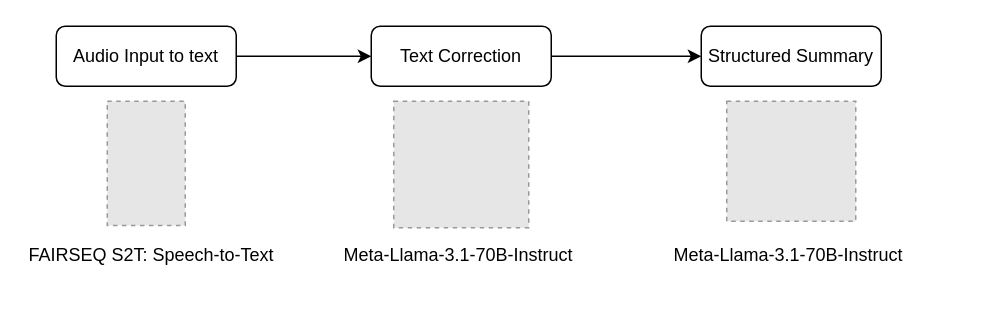
Before: 6_appendix/misc/Meeting Summarization.drawio in FennStatistics/introductory-workshop-in-LLMs, a draw.io diagram. Source tidied: cells renumbered, new cells numbered last; positions are measured from the earlier drawing's top-left corner, leaving out a move shared by most shapes. Both pictures are drawn from the tidied source at 150%, with x=0, y=0 at pixel (26, 26). Pictures stored in the file or linked from it are replaced by grey dashed boxes.
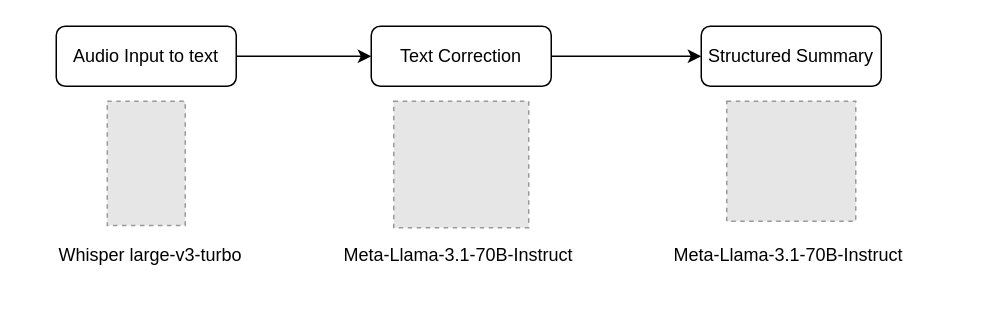
After the change.

Diff of the diagram source:
```diff
@@
 <mxGraphModel>
   <root>
     <mxCell id="0" />
     <mxCell id="1" parent="0" />
     <mxCell id="2" style="edgeStyle=orthogonalEdgeStyle;rounded=0;jettySize=auto;html=1;entryX=0;entryY=0.5;entryDx=0;entryDy=0;" parent="1" edge="1" source="3" target="5">
       <mxGeometry relative="1" as="geometry" />
     </mxCell>
     <mxCell id="3" value="&lt;div&gt;Audio Input to text&lt;/div&gt;" style="rounded=1;whiteSpace=wrap;html=1;fontSize=12;glass=0;strokeWidth=1;shadow=0;" parent="1" vertex="1">
       <mxGeometry x="20" width="120" height="40" as="geometry" />
     </mxCell>
     <mxCell id="4" style="edgeStyle=orthogonalEdgeStyle;rounded=0;jettySize=auto;html=1;" parent="1" edge="1" source="5" target="6">
       <mxGeometry relative="1" as="geometry" />
     </mxCell>
     <mxCell id="5" value="Text Correction" style="rounded=1;whiteSpace=wrap;html=1;fontSize=12;glass=0;strokeWidth=1;shadow=0;" parent="1" vertex="1">
       <mxGeometry x="230" width="120" height="40" as="geometry" />
     </mxCell>
     <mxCell id="6" value="Structured Summary" style="rounded=1;whiteSpace=wrap;html=1;fontSize=12;glass=0;strokeWidth=1;shadow=0;" parent="1" vertex="1">
       <mxGeometry x="450" width="120" height="40" as="geometry" />
     </mxCell>
     <mxCell id="7" style="fillColor=#E6E6E6;strokeColor=#999999;dashed=1;verticalLabelPosition=bottom;labelBackgroundColor=default;verticalAlign=top;" parent="1" vertex="1">
       <mxGeometry x="54" y="50" width="52" height="82.8" as="geometry" />
     </mxCell>
     <mxCell id="8" style="fillColor=#E6E6E6;strokeColor=#999999;dashed=1;verticalLabelPosition=bottom;labelBackgroundColor=default;verticalAlign=top;" parent="1" vertex="1">
       <mxGeometry x="245" y="50" width="90" height="84.3" as="geometry" />
     </mxCell>
     <mxCell id="9" style="fillColor=#E6E6E6;strokeColor=#999999;dashed=1;verticalLabelPosition=bottom;labelBackgroundColor=default;verticalAlign=top;" parent="1" vertex="1">
       <mxGeometry x="467" y="50" width="86" height="80" as="geometry" />
     </mxCell>
-    <mxCell id="10" value="FAIRSEQ S2T: Speech-to-Text" style="text;whiteSpace=wrap;html=1;" parent="1" vertex="1">
-      <mxGeometry y="139.3" width="190" height="40" as="geometry" />
+    <mxCell id="10" value="Whisper large-v3-turbo" style="text;whiteSpace=wrap;html=1;" parent="1" vertex="1">
+      <mxGeometry x="20" y="139.3" width="190" height="40" as="geometry" />
     </mxCell>
     <mxCell id="11" value="Meta-Llama-3.1-70B-Instruct" style="text;whiteSpace=wrap;html=1;" parent="1" vertex="1">
       <mxGeometry x="210" y="139.3" width="190" height="40" as="geometry" />
     </mxCell>
     <mxCell id="12" value="Meta-Llama-3.1-70B-Instruct" style="text;whiteSpace=wrap;html=1;" parent="1" vertex="1">
       <mxGeometry x="430" y="139.3" width="190" height="40" as="geometry" />
     </mxCell>
   </root>
 </mxGraphModel>
```
